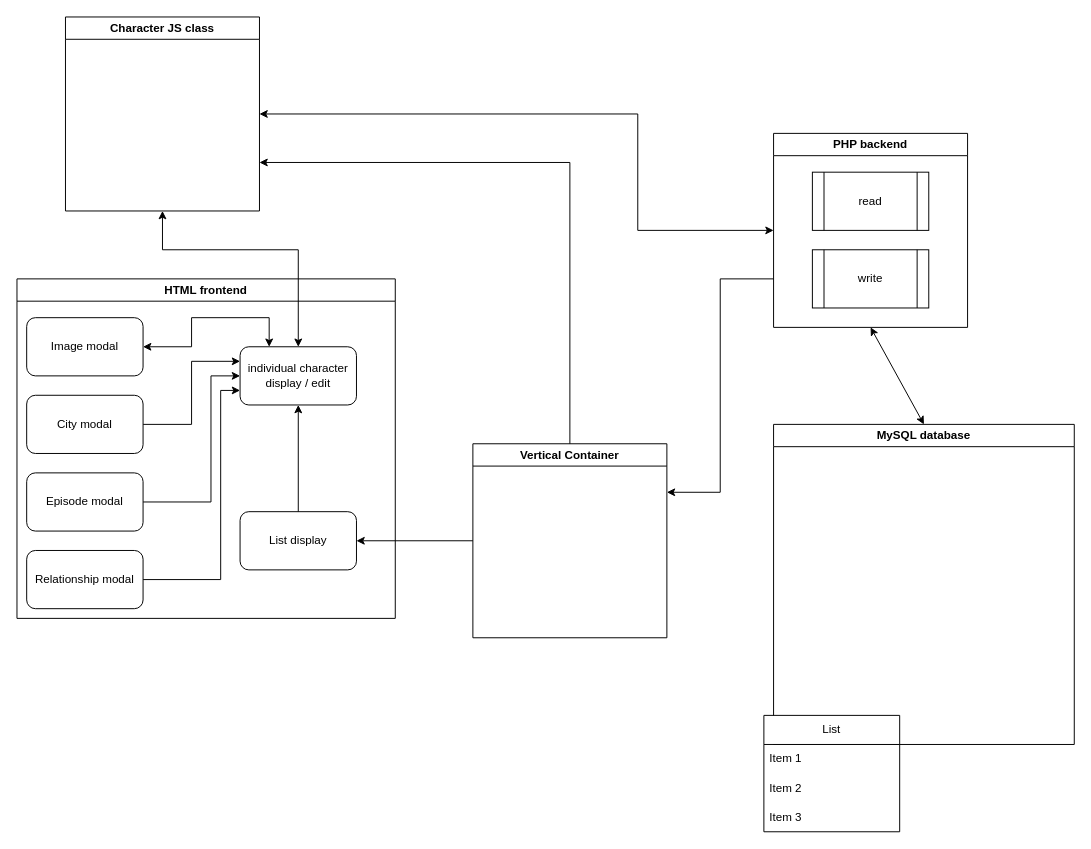
JS-Produksiyon/moc-character-db keeps this draw.io diagram as ed-infrastructure.drawio. Above is the earlier version. Source tidied: cells renumbered, new cells numbered last; positions are measured from the earlier drawing's top-left corner, leaving out a move shared by most shapes. Both pictures are drawn from the tidied source at 97%, with x=0, y=0 at pixel (16, 16).
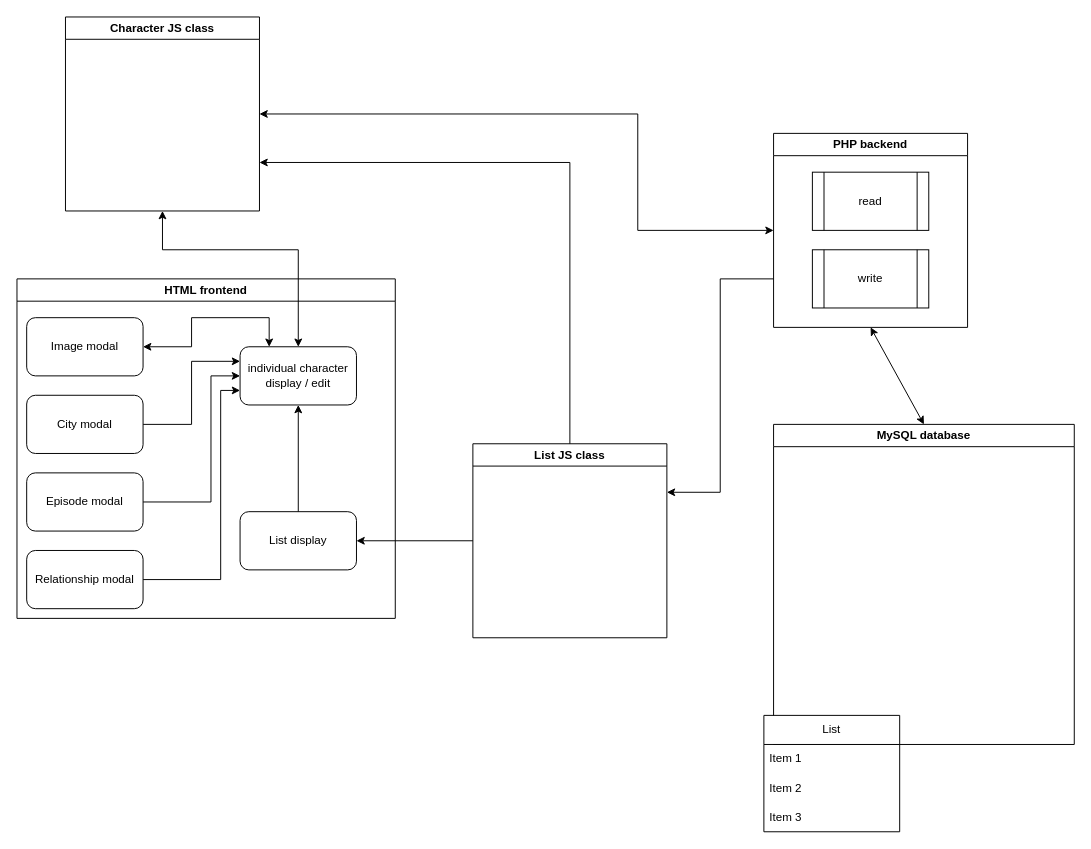
Above is the later version.

Change to the diagram source:
```diff
@@
-    <mxCell id="7" value="Vertical Container" style="swimlane;whiteSpace=wrap;html=1;" parent="1" vertex="1">
+    <mxCell id="7" value="List JS class" style="swimlane;whiteSpace=wrap;html=1;" parent="1" vertex="1">
       <mxGeometry x="470" y="440" width="200" height="200" as="geometry" />
     </mxCell>
```
